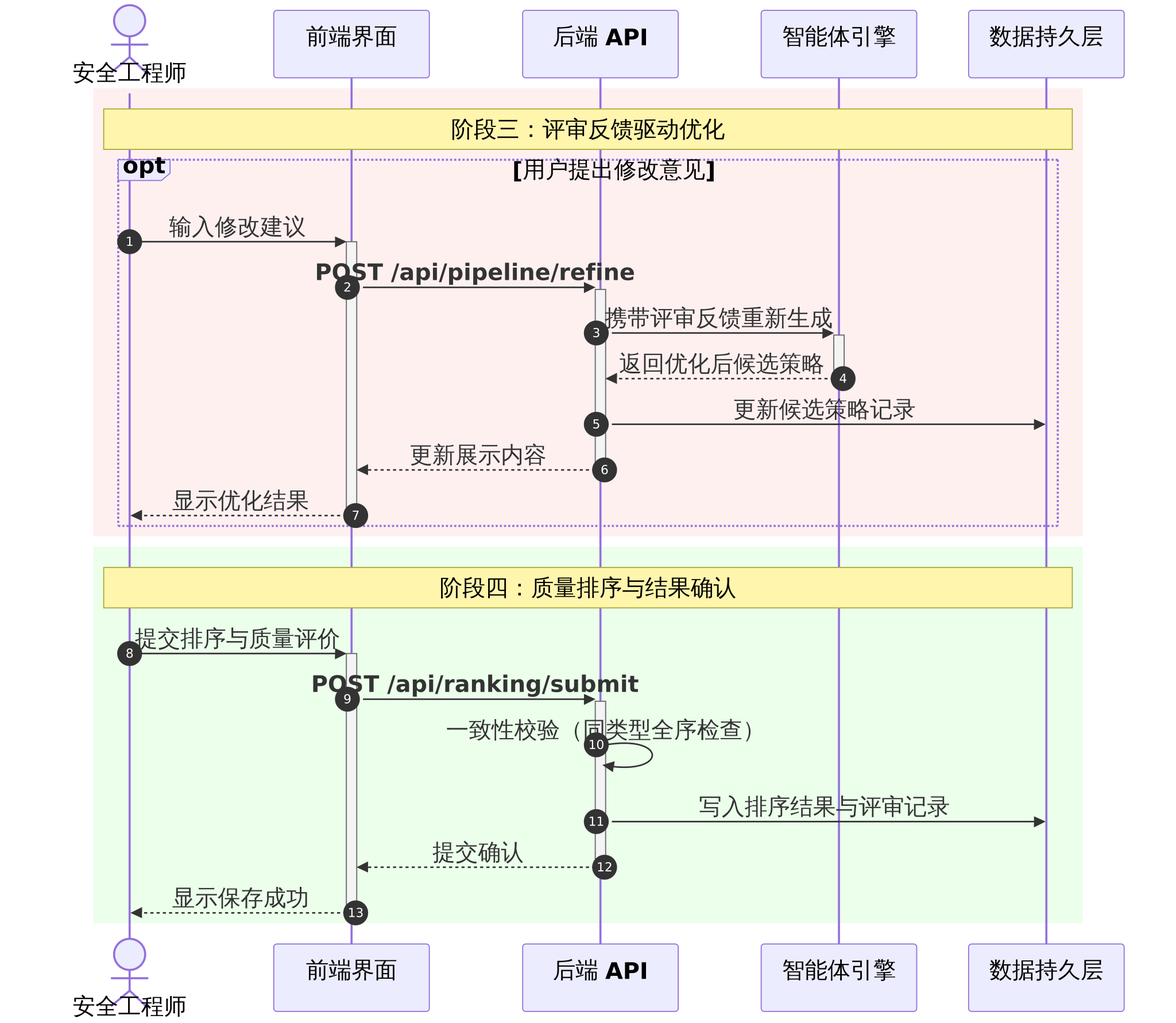
This is images/chap4/pipeline_sequence_b.png from Ivanbeethoven/ustb_graduator_paper, a Mermaid export, as it was before one commit. Its source is kept beside it as images/chap4/pipeline_sequence_b.mmd.
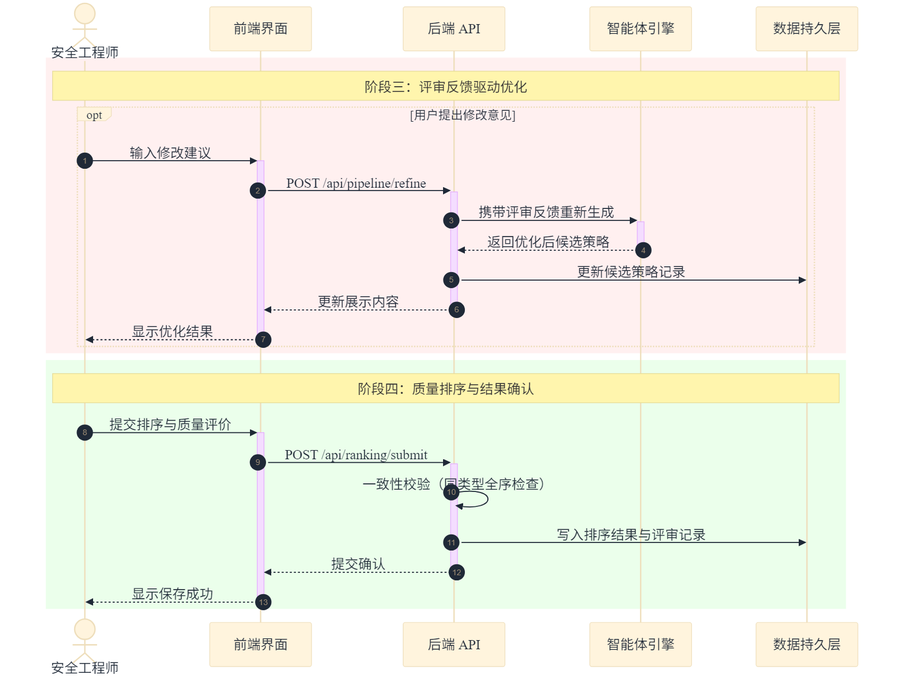
The same file after the commit.

Commit message:
chore: adjust tables and sequence diagrams

Change to the diagram source:
```diff
@@ -1,11 +1,19 @@
 %%{init: {
-  'theme': 'base',
-  'themeVariables': {
-    'fontSize': '36px',
-    'fontFamily': '"Microsoft YaHei","PingFang SC","Noto Sans SC",sans-serif',
-    'lineColor': '#64748b',
-    'primaryTextColor': '#1f2937'
-  }
+  "theme": "base",
+  "themeVariables": {
+    "fontFamily": "Microsoft YaHei, PingFang SC, Noto Sans SC, sans-serif",
+    "fontSize": "20px",
+    "lineColor": "#64748b",
+    "primaryTextColor": "#1f2937"
+  },
+  "sequence": {
+    "actorFontSize": 20,
+    "messageFontSize": 20,
+    "noteFontSize": 20,
+    "actorMargin": 95,
+    "messageMargin": 48
+  },
+  "themeCSS": ".messageText { font-size: 20px !important; } .actor { font-size: 20px !important; } .noteText { font-size: 20px !important; } .loopText, .labelText { font-size: 18px !important; }"
 }}%%
 
 sequenceDiagram
```
